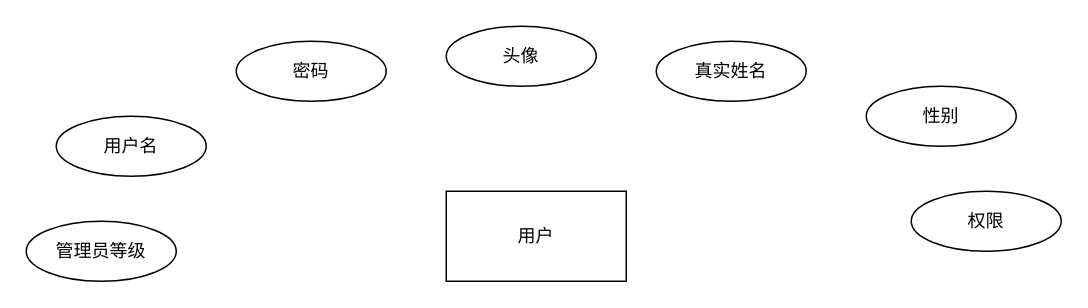
Before: 用户实体图.drawio in YuChenLiao/UML, a draw.io diagram. Source tidied: cells renumbered, new cells numbered last; positions are measured from the earlier drawing's top-left corner, leaving out a move shared by most shapes. Both pictures are drawn from the tidied source at 150%, with x=0, y=0 at pixel (26, 26).
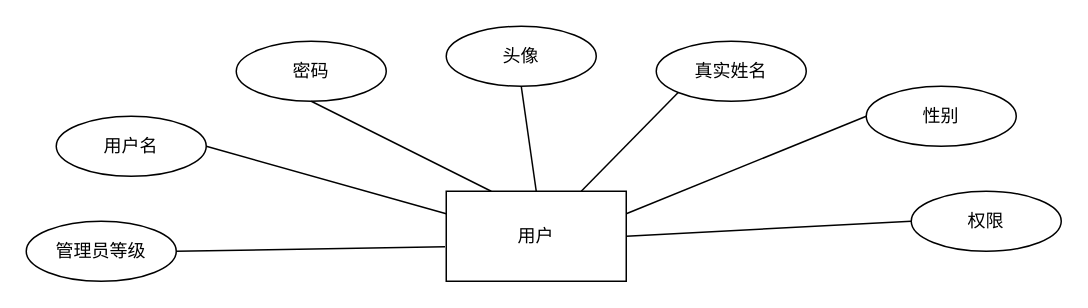
After the change.

Commit message (it also covers changes not shown here):
更新用户实体图.drawio

The edit, as a diff of the source:
```diff
@@
 <mxGraphModel>
   <root>
     <mxCell id="0" />
     <mxCell id="1" parent="0" />
     <mxCell id="2" value="用户" style="rounded=0;whiteSpace=wrap;html=1;" parent="1" vertex="1">
       <mxGeometry x="280" y="110" width="120" height="60" as="geometry" />
     </mxCell>
     <mxCell id="3" value="用户名" style="ellipse;whiteSpace=wrap;html=1;align=center;" parent="1" vertex="1">
       <mxGeometry x="20" y="60" width="100" height="40" as="geometry" />
     </mxCell>
     <mxCell id="4" value="密码" style="ellipse;whiteSpace=wrap;html=1;align=center;" parent="1" vertex="1">
       <mxGeometry x="140" y="10" width="100" height="40" as="geometry" />
     </mxCell>
     <mxCell id="5" value="头像" style="ellipse;whiteSpace=wrap;html=1;align=center;" parent="1" vertex="1">
       <mxGeometry x="280" width="100" height="40" as="geometry" />
     </mxCell>
     <mxCell id="6" value="真实姓名" style="ellipse;whiteSpace=wrap;html=1;align=center;" parent="1" vertex="1">
       <mxGeometry x="420" y="10" width="100" height="40" as="geometry" />
     </mxCell>
     <mxCell id="7" value="性别" style="ellipse;whiteSpace=wrap;html=1;align=center;" parent="1" vertex="1">
       <mxGeometry x="560" y="40" width="100" height="40" as="geometry" />
     </mxCell>
     <mxCell id="8" value="权限" style="ellipse;whiteSpace=wrap;html=1;align=center;" parent="1" vertex="1">
       <mxGeometry x="590" y="110" width="100" height="40" as="geometry" />
     </mxCell>
     <mxCell id="9" value="管理员等级" style="ellipse;whiteSpace=wrap;html=1;align=center;" parent="1" vertex="1">
       <mxGeometry y="130" width="100" height="40" as="geometry" />
     </mxCell>
+    <mxCell id="10" style="endArrow=none;html=1;rounded=0;exitX=1;exitY=0.5;exitDx=0;exitDy=0;entryX=-0.007;entryY=0.617;entryDx=0;entryDy=0;entryPerimeter=0;" parent="1" edge="1" source="9" target="2">
+      <mxGeometry relative="1" as="geometry" />
+    </mxCell>
+    <mxCell id="11" style="endArrow=none;html=1;rounded=0;exitX=1;exitY=0.5;exitDx=0;exitDy=0;entryX=0;entryY=0.25;entryDx=0;entryDy=0;" parent="1" edge="1" source="3" target="2">
+      <mxGeometry relative="1" as="geometry" />
+    </mxCell>
+    <mxCell id="12" style="endArrow=none;html=1;rounded=0;exitX=0.5;exitY=1;exitDx=0;exitDy=0;entryX=0.25;entryY=0;entryDx=0;entryDy=0;" parent="1" edge="1" source="4" target="2">
+      <mxGeometry relative="1" as="geometry" />
+    </mxCell>
+    <mxCell id="13" style="endArrow=none;html=1;rounded=0;exitX=0.5;exitY=1;exitDx=0;exitDy=0;entryX=0.5;entryY=0;entryDx=0;entryDy=0;" parent="1" edge="1" source="5" target="2">
+      <mxGeometry relative="1" as="geometry" />
+    </mxCell>
+    <mxCell id="14" style="endArrow=none;html=1;rounded=0;exitX=0.75;exitY=0;exitDx=0;exitDy=0;entryX=0;entryY=1;entryDx=0;entryDy=0;" parent="1" edge="1" source="2" target="6">
+      <mxGeometry relative="1" as="geometry" />
+    </mxCell>
+    <mxCell id="15" style="endArrow=none;html=1;rounded=0;exitX=1;exitY=0.25;exitDx=0;exitDy=0;entryX=0;entryY=0.5;entryDx=0;entryDy=0;" parent="1" edge="1" source="2" target="7">
+      <mxGeometry relative="1" as="geometry" />
+    </mxCell>
+    <mxCell id="16" style="endArrow=none;html=1;rounded=0;exitX=1;exitY=0.5;exitDx=0;exitDy=0;entryX=0;entryY=0.5;entryDx=0;entryDy=0;" parent="1" edge="1" source="2" target="8">
+      <mxGeometry relative="1" as="geometry" />
+    </mxCell>
   </root>
 </mxGraphModel>
```
